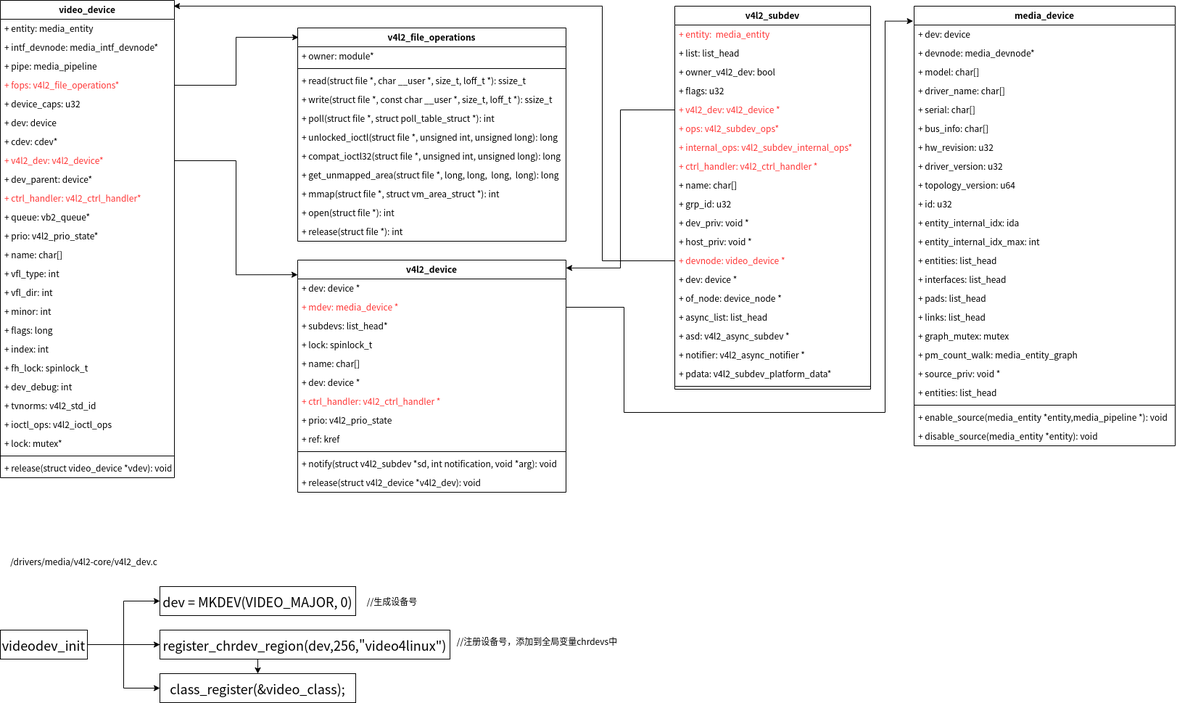
The draw.io diagram v4l2-core.png in zhangmeizhen/test2, before a commit. Source tidied: cells renumbered, new cells last; positions are measured from the earlier drawing's top-left corner, leaving out a move shared by most shapes.
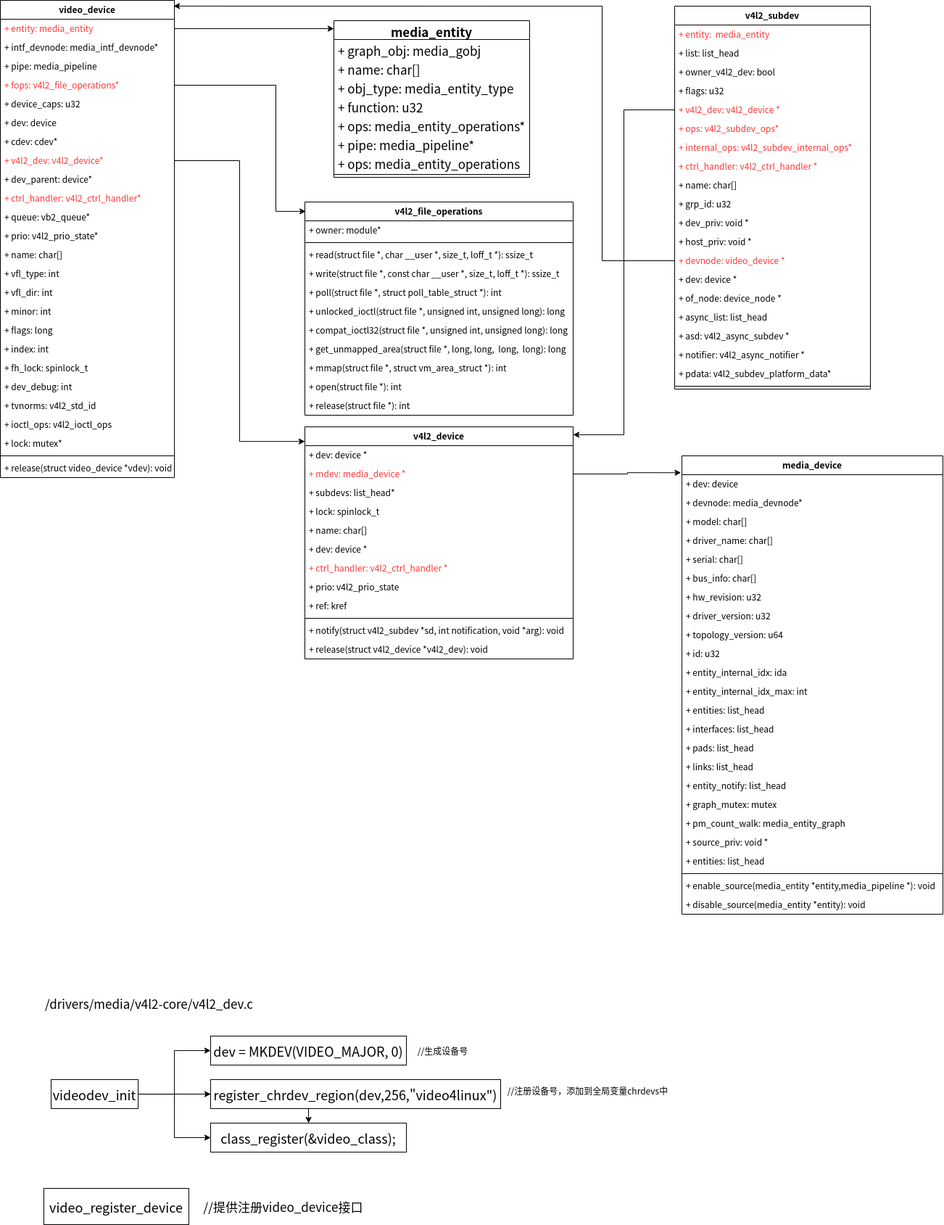
Later version of the same file.

Change to the diagram source:
```diff
@@ -66,7 +66,7 @@
       <mxGeometry y="520" width="270" height="8" as="geometry" />
     </mxCell>
     <mxCell id="23" value="v4l2_device" style="swimlane;fontStyle=1;align=center;verticalAlign=top;horizontal=1;startSize=26;fontColor=#000000;" parent="1" vertex="1">
-      <mxGeometry x="410" y="358" width="370" height="320" as="geometry" />
+      <mxGeometry x="420" y="588" width="370" height="320" as="geometry" />
     </mxCell>
     <mxCell id="24" value="+ dev: device *" style="text;strokeColor=none;fillColor=none;align=left;verticalAlign=top;spacingLeft=4;spacingRight=4;overflow=hidden;fontColor=#000000;" parent="23" vertex="1">
       <mxGeometry y="26" width="370" height="26" as="geometry" />
@@ -107,7 +107,7 @@
     <mxCell id="36" value="video_device" style="swimlane;fontStyle=1;align=center;verticalAlign=top;horizontal=1;startSize=26;fontColor=#000000;" parent="1" vertex="1">
       <mxGeometry width="240" height="658" as="geometry" />
     </mxCell>
-    <mxCell id="37" value="+ entity: media_entity" style="text;strokeColor=none;fillColor=none;align=left;verticalAlign=top;spacingLeft=4;spacingRight=4;overflow=hidden;points=[[0,0.5],[1,0.5]];portConstraint=eastwest;fontColor=#000000;" parent="36" vertex="1">
+    <mxCell id="37" value="+ entity: media_entity" style="text;strokeColor=none;fillColor=none;align=left;verticalAlign=top;spacingLeft=4;spacingRight=4;overflow=hidden;points=[[0,0.5],[1,0.5]];portConstraint=eastwest;fontColor=#FF3333;" parent="36" vertex="1">
       <mxGeometry y="26" width="240" height="26" as="geometry" />
     </mxCell>
     <mxCell id="38" value="+ intf_devnode: media_intf_devnode*" style="text;strokeColor=none;fillColor=none;align=left;verticalAlign=top;spacingLeft=4;spacingRight=4;overflow=hidden;fontColor=#000000;" parent="36" vertex="1">
@@ -183,7 +183,7 @@
       <mxGeometry y="632" width="240" height="26" as="geometry" />
     </mxCell>
     <mxCell id="62" value="v4l2_file_operations" style="swimlane;fontStyle=1;align=center;verticalAlign=top;horizontal=1;startSize=26;fontColor=#000000;" parent="1" vertex="1">
-      <mxGeometry x="410" y="38" width="370" height="294" as="geometry" />
+      <mxGeometry x="420" y="278" width="370" height="294" as="geometry" />
     </mxCell>
     <mxCell id="63" value="+ owner: module*" style="text;strokeColor=none;fillColor=none;align=left;verticalAlign=top;spacingLeft=4;spacingRight=4;overflow=hidden;fontColor=#000000;" parent="62" vertex="1">
       <mxGeometry y="26" width="370" height="26" as="geometry" />
@@ -219,7 +219,12 @@
       <mxGeometry y="268" width="370" height="26" as="geometry" />
     </mxCell>
     <mxCell id="74" style="edgeStyle=orthogonalEdgeStyle;rounded=0;jettySize=auto;html=1;entryX=0.003;entryY=0.044;entryDx=0;entryDy=0;entryPerimeter=0;fontColor=#000000;" parent="1" edge="1" source="40" target="62">
-      <mxGeometry relative="1" as="geometry" />
+      <mxGeometry relative="1" as="geometry">
+        <Array as="points">
+          <mxPoint x="380" y="117" />
+          <mxPoint x="380" y="291" />
+        </Array>
+      </mxGeometry>
     </mxCell>
     <mxCell id="75" style="edgeStyle=orthogonalEdgeStyle;rounded=0;jettySize=auto;html=1;entryX=0;entryY=0.063;entryDx=0;entryDy=0;entryPerimeter=0;fontColor=#000000;" parent="1" edge="1" source="44" target="23">
       <mxGeometry relative="1" as="geometry" />
@@ -248,28 +253,28 @@
       <mxGeometry relative="1" as="geometry" />
     </mxCell>
     <mxCell id="82" value="&lt;div style=&quot;background-color: rgb(255, 255, 255); font-family: &amp;quot;Droid Sans Mono&amp;quot;, monospace, monospace, &amp;quot;Droid Sans Fallback&amp;quot;; font-size: 18px; line-height: 24px;&quot;&gt;&lt;span style=&quot;&quot;&gt;videodev_init&lt;/span&gt;&lt;/div&gt;" style="whiteSpace=wrap;html=1;fontColor=#000000;" parent="1" vertex="1">
-      <mxGeometry y="868" width="120" height="40" as="geometry" />
+      <mxGeometry x="70" y="1488" width="120" height="40" as="geometry" />
     </mxCell>
-    <mxCell id="83" value="&lt;font color=&quot;#000000&quot;&gt;/drivers/media/v4l2-core/v4l2_dev.c&lt;/font&gt;" style="text;html=1;align=center;verticalAlign=middle;strokeColor=none;fillColor=none;fontColor=#FF3333;" parent="1" vertex="1">
-      <mxGeometry y="758" width="230" height="30" as="geometry" />
+    <mxCell id="83" value="&lt;font color=&quot;#000000&quot; style=&quot;font-size: 17px;&quot;&gt;/drivers/media/v4l2-core/v4l2_dev.c&lt;/font&gt;" style="text;html=1;align=center;verticalAlign=middle;strokeColor=none;fillColor=none;fontColor=#FF3333;fontSize=17;" parent="1" vertex="1">
+      <mxGeometry x="50" y="1368" width="310" height="30" as="geometry" />
     </mxCell>
     <mxCell id="84" value="&lt;div style=&quot;background-color: rgb(255, 255, 255); font-family: &amp;quot;Droid Sans Mono&amp;quot;, monospace, monospace, &amp;quot;Droid Sans Fallback&amp;quot;; font-size: 18px; line-height: 24px;&quot;&gt;&lt;div style=&quot;font-family: &amp;quot;Droid Sans Mono&amp;quot;, monospace, monospace, &amp;quot;Droid Sans Fallback&amp;quot;; line-height: 24px;&quot;&gt;&lt;span style=&quot;&quot;&gt;register_chrdev_region(dev,256,&quot;&lt;/span&gt;&lt;span style=&quot;&quot;&gt;video4linux&lt;/span&gt;&lt;span style=&quot;&quot;&gt;&quot;)&lt;/span&gt;&lt;/div&gt;&lt;/div&gt;" style="html=1;fontColor=#000000;whiteSpace=wrap;" parent="1" vertex="1">
-      <mxGeometry x="220" y="868" width="400" height="40" as="geometry" />
+      <mxGeometry x="290" y="1488" width="400" height="40" as="geometry" />
     </mxCell>
     <mxCell id="85" value="&lt;div style=&quot;background-color: rgb(255, 255, 255); font-family: &amp;quot;Droid Sans Mono&amp;quot;, monospace, monospace, &amp;quot;Droid Sans Fallback&amp;quot;; font-size: 18px; line-height: 24px;&quot;&gt;&lt;div style=&quot;font-family: &amp;quot;Droid Sans Mono&amp;quot;, monospace, monospace, &amp;quot;Droid Sans Fallback&amp;quot;; line-height: 24px;&quot;&gt;&lt;div style=&quot;font-family: &amp;quot;Droid Sans Mono&amp;quot;, monospace, monospace, &amp;quot;Droid Sans Fallback&amp;quot;; line-height: 24px;&quot;&gt;dev = &lt;span style=&quot;&quot;&gt;MKDEV&lt;/span&gt;(VIDEO_MAJOR, &lt;span style=&quot;&quot;&gt;0&lt;/span&gt;)&lt;/div&gt;&lt;/div&gt;&lt;/div&gt;" style="html=1;fontColor=#000000;whiteSpace=wrap;" parent="1" vertex="1">
-      <mxGeometry x="220" y="808" width="270" height="40" as="geometry" />
+      <mxGeometry x="290" y="1428" width="270" height="40" as="geometry" />
     </mxCell>
     <mxCell id="86" value="&lt;div style=&quot;background-color: rgb(255, 255, 255); font-family: &amp;quot;Droid Sans Mono&amp;quot;, monospace, monospace, &amp;quot;Droid Sans Fallback&amp;quot;; font-size: 18px; line-height: 24px;&quot;&gt;&lt;div style=&quot;font-family: &amp;quot;Droid Sans Mono&amp;quot;, monospace, monospace, &amp;quot;Droid Sans Fallback&amp;quot;; line-height: 24px;&quot;&gt;&lt;div style=&quot;font-family: &amp;quot;Droid Sans Mono&amp;quot;, monospace, monospace, &amp;quot;Droid Sans Fallback&amp;quot;; line-height: 24px;&quot;&gt;&lt;div style=&quot;font-family: &amp;quot;Droid Sans Mono&amp;quot;, monospace, monospace, &amp;quot;Droid Sans Fallback&amp;quot;; line-height: 24px;&quot;&gt;&lt;span style=&quot;&quot;&gt;class_register&lt;/span&gt;(&amp;amp;video_class);&lt;/div&gt;&lt;/div&gt;&lt;/div&gt;&lt;/div&gt;" style="html=1;fontColor=#000000;whiteSpace=wrap;" parent="1" vertex="1">
-      <mxGeometry x="220" y="928" width="270" height="40" as="geometry" />
+      <mxGeometry x="290" y="1548" width="270" height="40" as="geometry" />
     </mxCell>
     <mxCell id="87" value="//生成设备号" style="text;html=1;align=center;verticalAlign=middle;strokeColor=none;fillColor=none;fontColor=#000000;" parent="1" vertex="1">
-      <mxGeometry x="495" y="813" width="90" height="30" as="geometry" />
+      <mxGeometry x="565" y="1433" width="90" height="30" as="geometry" />
     </mxCell>
     <mxCell id="88" value="//注册设备号，添加到全局变量chrdevs中" style="text;html=1;align=center;verticalAlign=middle;strokeColor=none;fillColor=none;fontColor=#000000;" parent="1" vertex="1">
-      <mxGeometry x="620" y="868" width="240" height="30" as="geometry" />
+      <mxGeometry x="690" y="1488" width="240" height="30" as="geometry" />
     </mxCell>
     <mxCell id="89" value="media_device" style="swimlane;fontStyle=1;align=center;verticalAlign=top;horizontal=1;startSize=26;fontColor=#000000;" parent="1" vertex="1">
-      <mxGeometry x="1260" y="8" width="360" height="606" as="geometry" />
+      <mxGeometry x="940" y="628" width="360" height="632" as="geometry" />
     </mxCell>
     <mxCell id="90" value="+ dev: device" style="text;strokeColor=none;fillColor=none;align=left;verticalAlign=top;spacingLeft=4;spacingRight=4;overflow=hidden;points=[[0,0.5],[1,0.5]];portConstraint=eastwest;fontColor=#000000;" parent="89" vertex="1">
       <mxGeometry y="26" width="360" height="26" as="geometry" />
@@ -319,36 +324,68 @@
     <mxCell id="105" value="+ links: list_head" style="text;strokeColor=none;fillColor=none;align=left;verticalAlign=top;spacingLeft=4;spacingRight=4;overflow=hidden;fontColor=#000000;" parent="89" vertex="1">
       <mxGeometry y="416" width="360" height="26" as="geometry" />
     </mxCell>
+    <mxCell id="114" value="+ entity_notify: list_head" style="text;strokeColor=none;fillColor=none;align=left;verticalAlign=top;spacingLeft=4;spacingRight=4;overflow=hidden;fontColor=#000000;" parent="89" vertex="1">
+      <mxGeometry y="442" width="360" height="26" as="geometry" />
+    </mxCell>
     <mxCell id="106" value="+ graph_mutex: mutex" style="text;strokeColor=none;fillColor=none;align=left;verticalAlign=top;spacingLeft=4;spacingRight=4;overflow=hidden;fontColor=#000000;" parent="89" vertex="1">
-      <mxGeometry y="442" width="360" height="26" as="geometry" />
+      <mxGeometry y="468" width="360" height="26" as="geometry" />
     </mxCell>
     <mxCell id="107" value="+ pm_count_walk: media_entity_graph" style="text;strokeColor=none;fillColor=none;align=left;verticalAlign=top;spacingLeft=4;spacingRight=4;overflow=hidden;fontColor=#000000;" parent="89" vertex="1">
-      <mxGeometry y="468" width="360" height="26" as="geometry" />
+      <mxGeometry y="494" width="360" height="26" as="geometry" />
     </mxCell>
     <mxCell id="108" value="+ source_priv: void *" style="text;strokeColor=none;fillColor=none;align=left;verticalAlign=top;spacingLeft=4;spacingRight=4;overflow=hidden;fontColor=#000000;" parent="89" vertex="1">
-      <mxGeometry y="494" width="360" height="26" as="geometry" />
+      <mxGeometry y="520" width="360" height="26" as="geometry" />
     </mxCell>
     <mxCell id="109" value="+ entities: list_head" style="text;strokeColor=none;fillColor=none;align=left;verticalAlign=top;spacingLeft=4;spacingRight=4;overflow=hidden;fontColor=#000000;" parent="89" vertex="1">
-      <mxGeometry y="520" width="360" height="26" as="geometry" />
+      <mxGeometry y="546" width="360" height="26" as="geometry" />
     </mxCell>
     <mxCell id="110" style="line;strokeWidth=1;fillColor=none;align=left;verticalAlign=middle;spacingTop=-1;spacingLeft=3;spacingRight=3;labelPosition=right;fontColor=#000000;" parent="89" vertex="1">
-      <mxGeometry y="546" width="360" height="8" as="geometry" />
+      <mxGeometry y="572" width="360" height="8" as="geometry" />
     </mxCell>
     <mxCell id="111" value="+ enable_source(media_entity *entity,media_pipeline *): void" style="text;strokeColor=none;fillColor=none;align=left;verticalAlign=top;spacingLeft=4;spacingRight=4;overflow=hidden;fontColor=#000000;" parent="89" vertex="1">
-      <mxGeometry y="554" width="360" height="26" as="geometry" />
+      <mxGeometry y="580" width="360" height="26" as="geometry" />
     </mxCell>
     <mxCell id="112" value="+ disable_source(media_entity *entity): void" style="text;strokeColor=none;fillColor=none;align=left;verticalAlign=top;spacingLeft=4;spacingRight=4;overflow=hidden;fontColor=#000000;" parent="89" vertex="1">
-      <mxGeometry y="580" width="360" height="26" as="geometry" />
+      <mxGeometry y="606" width="360" height="26" as="geometry" />
     </mxCell>
-    <mxCell id="113" style="edgeStyle=orthogonalEdgeStyle;rounded=0;jettySize=auto;html=1;entryX=-0.004;entryY=0.034;entryDx=0;entryDy=0;entryPerimeter=0;fontColor=#000000;" parent="1" edge="1" source="25" target="89">
-      <mxGeometry relative="1" as="geometry">
-        <Array as="points">
-          <mxPoint x="860" y="423" />
-          <mxPoint x="860" y="568" />
-          <mxPoint x="1220" y="568" />
-          <mxPoint x="1220" y="29" />
-        </Array>
-      </mxGeometry>
-    </mxCell>
+    <mxCell id="115" style="edgeStyle=orthogonalEdgeStyle;rounded=0;jettySize=auto;html=1;entryX=-0.004;entryY=-0.106;entryDx=0;entryDy=0;entryPerimeter=0;fontSize=17;fontColor=#000000;" parent="1" edge="1" source="25" target="90">
+      <mxGeometry relative="1" as="geometry" />
+    </mxCell>
+    <mxCell id="116" value="media_entity" style="swimlane;fontStyle=1;align=center;verticalAlign=top;horizontal=1;startSize=26;fontSize=17;fontColor=#000000;strokeColor=default;strokeWidth=1;" parent="1" vertex="1">
+      <mxGeometry x="460" y="28" width="270" height="216" as="geometry" />
+    </mxCell>
+    <mxCell id="117" value="+ graph_obj: media_gobj" style="text;strokeColor=none;fillColor=none;align=left;verticalAlign=top;spacingLeft=4;spacingRight=4;overflow=hidden;fontSize=17;fontColor=#000000;" parent="116" vertex="1">
+      <mxGeometry y="26" width="270" height="26" as="geometry" />
+    </mxCell>
+    <mxCell id="118" value="+ name: char[]" style="text;strokeColor=none;fillColor=none;align=left;verticalAlign=top;spacingLeft=4;spacingRight=4;overflow=hidden;fontSize=17;fontColor=#000000;" parent="116" vertex="1">
+      <mxGeometry y="52" width="270" height="26" as="geometry" />
+    </mxCell>
+    <mxCell id="119" value="+ obj_type: media_entity_type" style="text;strokeColor=none;fillColor=none;align=left;verticalAlign=top;spacingLeft=4;spacingRight=4;overflow=hidden;fontSize=17;fontColor=#000000;" parent="116" vertex="1">
+      <mxGeometry y="78" width="270" height="26" as="geometry" />
+    </mxCell>
+    <mxCell id="120" value="+ function: u32" style="text;strokeColor=none;fillColor=none;align=left;verticalAlign=top;spacingLeft=4;spacingRight=4;overflow=hidden;fontSize=17;fontColor=#000000;" parent="116" vertex="1">
+      <mxGeometry y="104" width="270" height="26" as="geometry" />
+    </mxCell>
+    <mxCell id="121" value="+ ops: media_entity_operations*" style="text;strokeColor=none;fillColor=none;align=left;verticalAlign=top;spacingLeft=4;spacingRight=4;overflow=hidden;fontSize=17;fontColor=#000000;" parent="116" vertex="1">
+      <mxGeometry y="130" width="270" height="26" as="geometry" />
+    </mxCell>
+    <mxCell id="122" value="+ pipe: media_pipeline*" style="text;strokeColor=none;fillColor=none;align=left;verticalAlign=top;spacingLeft=4;spacingRight=4;overflow=hidden;fontSize=17;fontColor=#000000;" parent="116" vertex="1">
+      <mxGeometry y="156" width="270" height="26" as="geometry" />
+    </mxCell>
+    <mxCell id="123" value="+ ops: media_entity_operations" style="text;strokeColor=none;fillColor=none;align=left;verticalAlign=top;spacingLeft=4;spacingRight=4;overflow=hidden;fontSize=17;fontColor=#000000;" parent="116" vertex="1">
+      <mxGeometry y="182" width="270" height="26" as="geometry" />
+    </mxCell>
+    <mxCell id="124" style="line;strokeWidth=1;fillColor=none;align=left;verticalAlign=middle;spacingTop=-1;spacingLeft=3;spacingRight=3;labelPosition=right;fontSize=17;fontColor=#000000;" parent="116" vertex="1">
+      <mxGeometry y="208" width="270" height="8" as="geometry" />
+    </mxCell>
+    <mxCell id="125" style="edgeStyle=orthogonalEdgeStyle;rounded=0;jettySize=auto;html=1;entryX=0;entryY=0.051;entryDx=0;entryDy=0;entryPerimeter=0;fontSize=17;fontColor=#000000;" parent="1" edge="1" source="37" target="116">
+      <mxGeometry relative="1" as="geometry" />
+    </mxCell>
+    <mxCell id="126" value="&lt;div style=&quot;background-color: rgb(255, 255, 255); font-family: &amp;quot;Droid Sans Mono&amp;quot;, monospace, monospace, &amp;quot;Droid Sans Fallback&amp;quot;; font-size: 18px; line-height: 24px;&quot;&gt;video_register_device&lt;/div&gt;" style="whiteSpace=wrap;html=1;fontSize=17;fontColor=#000000;strokeColor=default;strokeWidth=1;" parent="1" vertex="1">
+      <mxGeometry x="60" y="1638" width="200" height="50" as="geometry" />
+    </mxCell>
+    <mxCell id="127" value="//提供注册video_device接口" style="text;html=1;align=center;verticalAlign=middle;strokeColor=none;fillColor=none;fontSize=17;fontColor=#000000;" parent="1" vertex="1">
+      <mxGeometry x="270" y="1648" width="240" height="30" as="geometry" />
+    </mxCell>
   </root>
 </mxGraphModel>
```
